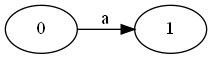
The Graphviz diagram sem6/com_dis/lab/exes/Digraph.gv.png in Dark-WizZ/BE, before a commit. Its source is kept beside it as sem6/com_dis/lab/exes/Digraph.gv.
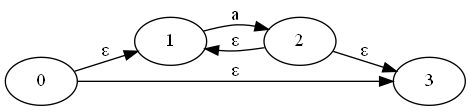
The same diagram one commit later.

Diff of the diagram source:
```diff
@@ -1,4 +1,8 @@
 digraph {
 	graph [rankdir=LR]
-	0 -> 1 [label=a]
+	0 -> 1 [label="ε"]
+	0 -> 3 [label="ε"]
+	1 -> 2 [label=a]
+	2 -> 1 [label="ε"]
+	2 -> 3 [label="ε"]
 }
```
